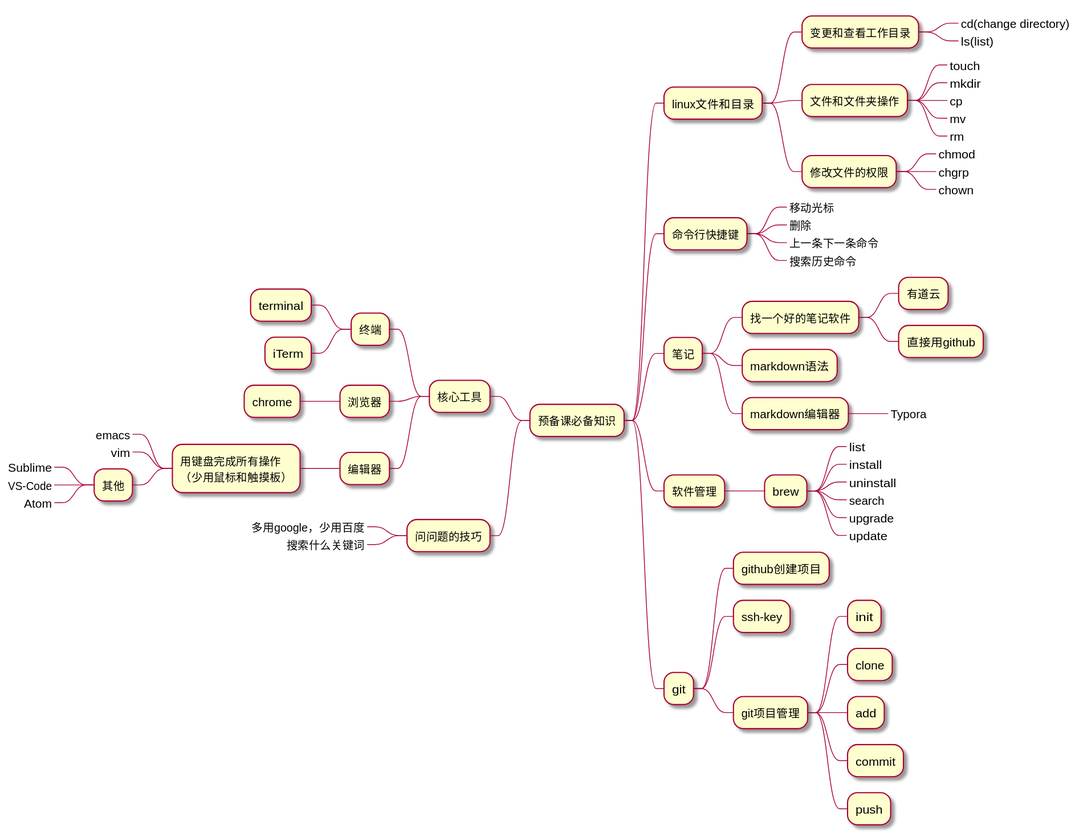
linc5403/preparatory-course keeps this PlantUML diagram as img/mind-map.svg. Above is the earlier version.
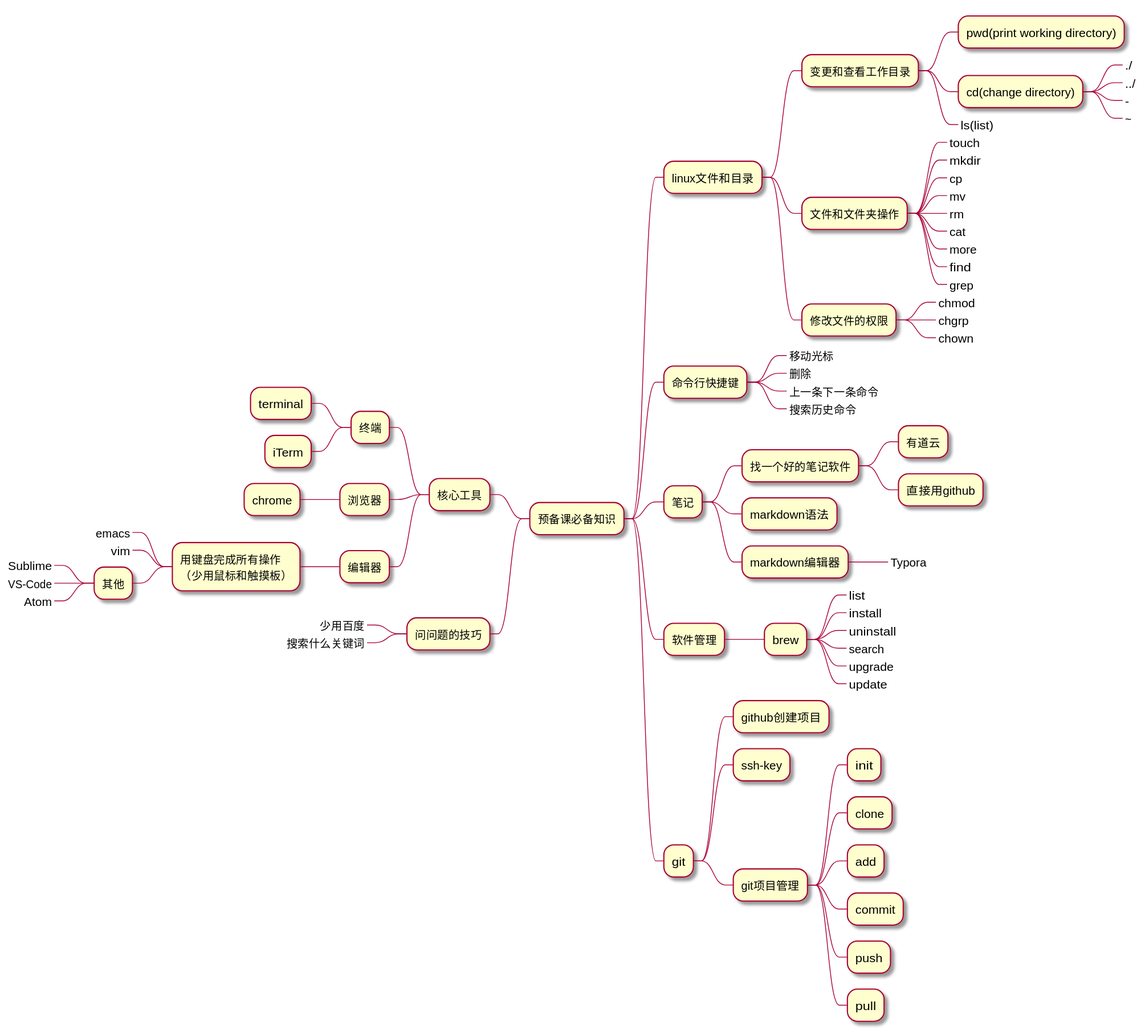
Later version of the same file.

Change to the diagram source:
```diff
@@ -2,7 +2,12 @@
 * 预备课必备知识
 ** linux文件和目录
 *** 变更和查看工作目录
-****_ cd(change directory)
+**** pwd(print working directory)
+**** cd(change directory)
+*****_ ./
+*****_ ../
+*****_ -
+*****_ ~
 ****_ ls(list)
 *** 文件和文件夹操作
 ****_ touch
@@ -10,6 +15,10 @@
 ****_ cp
 ****_ mv
 ****_ rm
+****_ cat
+****_ more
+****_ find
+****_ grep
 *** 修改文件的权限
 ****_ chmod
 ****_ chgrp
@@ -43,6 +52,7 @@
 **** add
 **** commit
 **** push
+**** pull
 left side
 ** 核心工具
 *** 终端
@@ -59,6 +69,6 @@
 ******_ VS-Code
 ******_ Atom
 ** 问问题的技巧
-***_ 多用google，少用百度
+***_ 少用百度
 ***_ 搜索什么关键词
 @endmindmap
```
